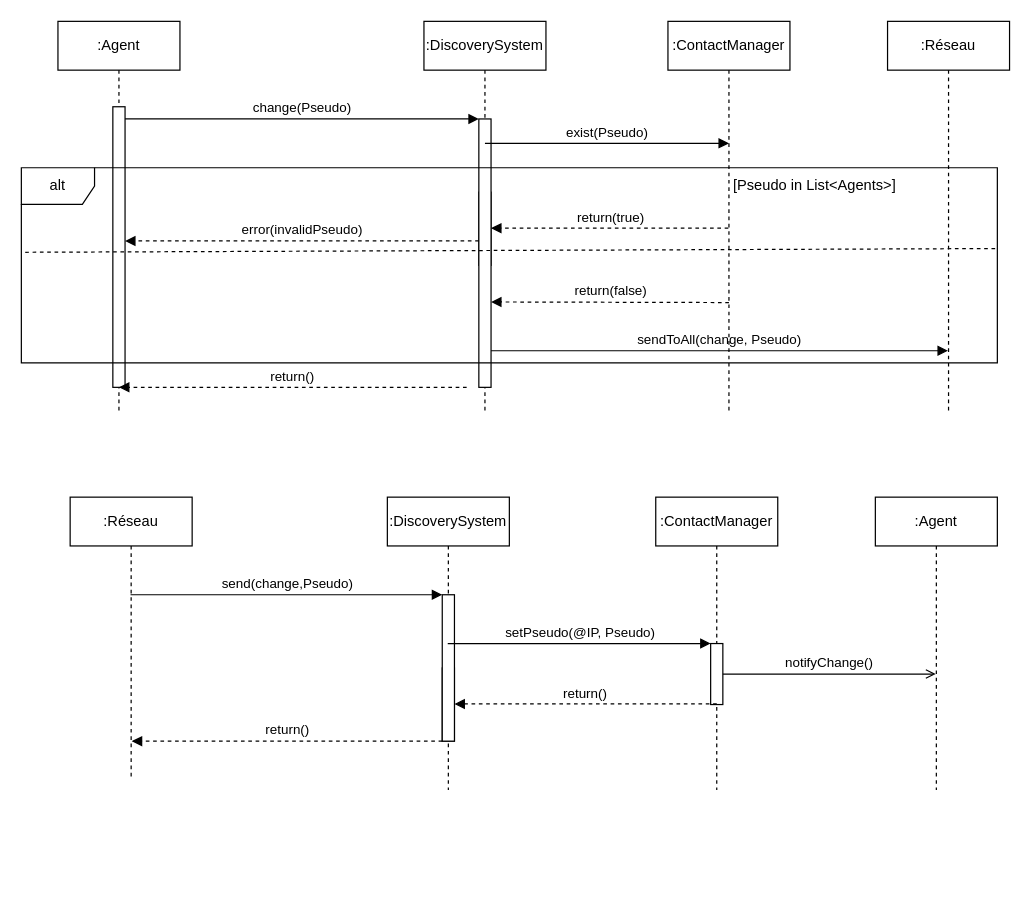
Earlier version of the draw.io diagram doc/uml/SequenceDiagramDiscoverySystemChangePseudo.drawio (insa-4ir-chatsystem/chatsystem-billard-slamnia). Source tidied: cells renumbered, new cells numbered last; positions are measured from the earlier drawing's top-left corner, leaving out a move shared by most shapes. Both pictures are drawn from the tidied source at 122%, with x=0, y=0 at pixel (21, 21).
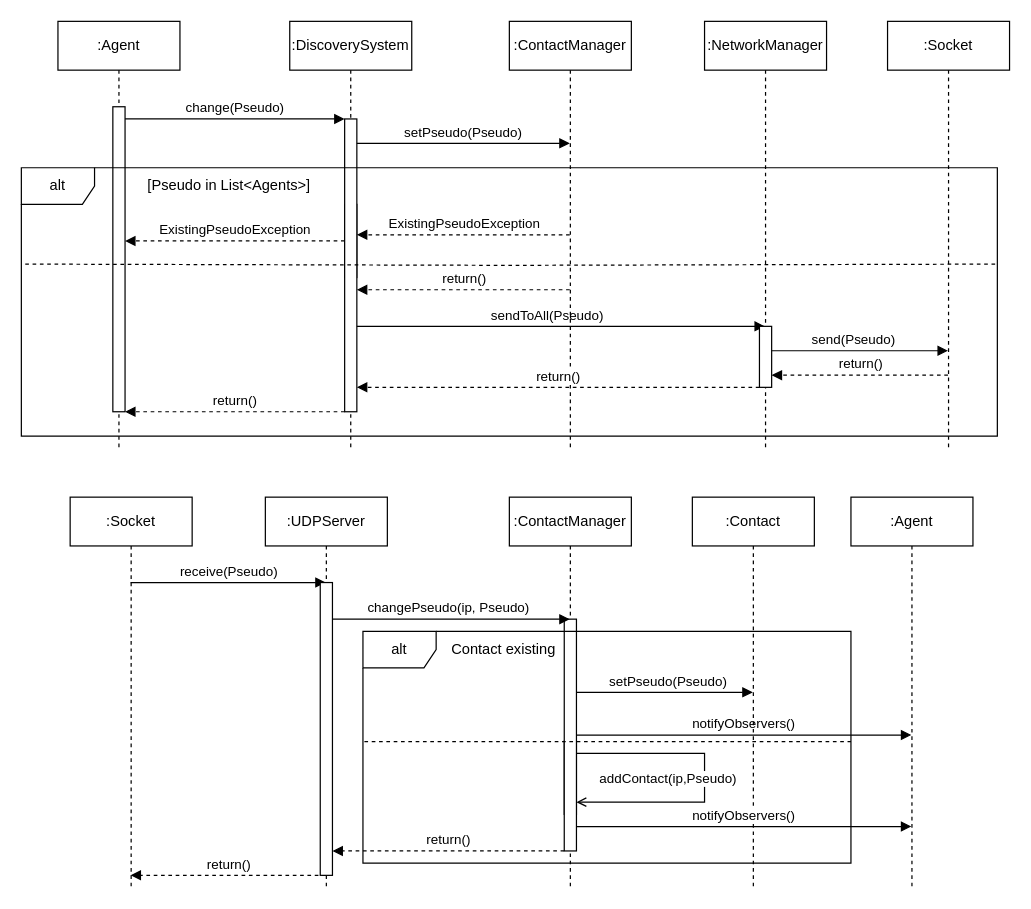
Above is the later version.

Commit message:
Mettre à jour SequenceDiagramDiscoverySystemChangePseudo.drawio

Diff of the diagram source:
```diff
@@
-    <mxCell id="2" style="html=1;points=[];perimeter=orthogonalPerimeter;outlineConnect=0;targetShapes=umlLifeline;portConstraint=eastwest;newEdgeStyle={&quot;edgeStyle&quot;:&quot;elbowEdgeStyle&quot;,&quot;elbow&quot;:&quot;vertical&quot;,&quot;curved&quot;:0,&quot;rounded&quot;:0};" parent="1" vertex="1">
-      <mxGeometry x="375" y="140" width="10" height="60" as="geometry" />
-    </mxCell>
     <mxCell id="3" value=":Agent" style="shape=umlLifeline;perimeter=lifelinePerimeter;whiteSpace=wrap;html=1;newEdgeStyle={&quot;edgeStyle&quot;:&quot;elbowEdgeStyle&quot;,&quot;elbow&quot;:&quot;vertical&quot;,&quot;curved&quot;:0,&quot;rounded&quot;:0};" parent="1" vertex="1">
-      <mxGeometry x="30" width="100" height="320" as="geometry" />
+      <mxGeometry x="30" width="100" height="350" as="geometry" />
     </mxCell>
     <mxCell id="4" style="html=1;points=[];perimeter=orthogonalPerimeter;outlineConnect=0;targetShapes=umlLifeline;portConstraint=eastwest;newEdgeStyle={&quot;edgeStyle&quot;:&quot;elbowEdgeStyle&quot;,&quot;elbow&quot;:&quot;vertical&quot;,&quot;curved&quot;:0,&quot;rounded&quot;:0};" parent="3" vertex="1">
-      <mxGeometry x="45" y="70" width="10" height="230" as="geometry" />
+      <mxGeometry x="45" y="70" width="10" height="250" as="geometry" />
     </mxCell>
     <mxCell id="5" value=":DiscoverySystem" style="shape=umlLifeline;perimeter=lifelinePerimeter;whiteSpace=wrap;html=1;newEdgeStyle={&quot;edgeStyle&quot;:&quot;elbowEdgeStyle&quot;,&quot;elbow&quot;:&quot;vertical&quot;,&quot;curved&quot;:0,&quot;rounded&quot;:0};" parent="1" vertex="1">
-      <mxGeometry x="330" width="100" height="320" as="geometry" />
+      <mxGeometry x="220" width="100" height="350" as="geometry" />
     </mxCell>
+    <mxCell id="2" style="html=1;points=[];perimeter=orthogonalPerimeter;outlineConnect=0;targetShapes=umlLifeline;portConstraint=eastwest;newEdgeStyle={&quot;edgeStyle&quot;:&quot;elbowEdgeStyle&quot;,&quot;elbow&quot;:&quot;vertical&quot;,&quot;curved&quot;:0,&quot;rounded&quot;:0};" parent="5" vertex="1">
+      <mxGeometry x="45" y="150" width="10" height="60" as="geometry" />
+    </mxCell>
     <mxCell id="6" style="html=1;points=[];perimeter=orthogonalPerimeter;outlineConnect=0;targetShapes=umlLifeline;portConstraint=eastwest;newEdgeStyle={&quot;edgeStyle&quot;:&quot;elbowEdgeStyle&quot;,&quot;elbow&quot;:&quot;vertical&quot;,&quot;curved&quot;:0,&quot;rounded&quot;:0};" parent="5" vertex="1">
-      <mxGeometry x="45" y="80" width="10" height="220" as="geometry" />
+      <mxGeometry x="45" y="80" width="10" height="240" as="geometry" />
     </mxCell>
@@
-    <mxCell id="8" value=":Réseau" style="shape=umlLifeline;perimeter=lifelinePerimeter;whiteSpace=wrap;html=1;outlineConnect=0;portConstraint=eastwest;newEdgeStyle={&quot;edgeStyle&quot;:&quot;elbowEdgeStyle&quot;,&quot;elbow&quot;:&quot;vertical&quot;,&quot;curved&quot;:0,&quot;rounded&quot;:0};" parent="1" vertex="1">
-      <mxGeometry x="710" width="100" height="320" as="geometry" />
+    <mxCell id="8" value=":Socket" style="shape=umlLifeline;perimeter=lifelinePerimeter;whiteSpace=wrap;html=1;outlineConnect=0;portConstraint=eastwest;newEdgeStyle={&quot;edgeStyle&quot;:&quot;elbowEdgeStyle&quot;,&quot;elbow&quot;:&quot;vertical&quot;,&quot;curved&quot;:0,&quot;rounded&quot;:0};" parent="1" vertex="1">
+      <mxGeometry x="710" width="100" height="350" as="geometry" />
     </mxCell>
-    <mxCell id="9" value="sendToAll(change, Pseudo)" style="html=1;verticalAlign=bottom;endArrow=block;edgeStyle=elbowEdgeStyle;elbow=vertical;curved=0;rounded=0;" parent="1" edge="1">
-      <mxGeometry relative="1" as="geometry">
-        <mxPoint x="385" y="270" as="sourcePoint" />
-        <mxPoint x="759.5" y="270" as="targetPoint" />
+    <mxCell id="9" value="sendToAll(Pseudo)" style="html=1;verticalAlign=bottom;endArrow=block;edgeStyle=elbowEdgeStyle;elbow=vertical;curved=0;rounded=0;" parent="1" edge="1">
+      <mxGeometry x="-0.07" relative="1" as="geometry">
+        <mxPoint x="275" y="250" as="sourcePoint" />
+        <mxPoint x="609.5" y="250" as="targetPoint" />
         <Array as="points">
-          <mxPoint x="475" y="270" />
+          <mxPoint x="475" y="250" />
         </Array>
       </mxGeometry>
     </mxCell>
-    <mxCell id="10" value="return()" style="html=1;verticalAlign=bottom;endArrow=block;edgeStyle=elbowEdgeStyle;elbow=vertical;curved=0;rounded=0;dashed=1;" parent="1" edge="1">
+    <mxCell id="10" value="return()" style="html=1;verticalAlign=bottom;endArrow=block;edgeStyle=elbowEdgeStyle;elbow=vertical;curved=0;rounded=0;dashed=1;" parent="1" edge="1" source="8" target="32">
       <mxGeometry relative="1" as="geometry">
-        <mxPoint x="365" y="300" as="sourcePoint" />
-        <mxPoint x="80" y="300" as="targetPoint" />
         <Array as="points">
-          <mxPoint x="230.5" y="300" />
+          <mxPoint x="618" y="290" />
         </Array>
       </mxGeometry>
     </mxCell>
-    <mxCell id="11" value="error(invalidPseudo)" style="html=1;verticalAlign=bottom;endArrow=block;edgeStyle=elbowEdgeStyle;elbow=vertical;curved=0;rounded=0;dashed=1;" parent="1" edge="1">
+    <mxCell id="11" value="ExistingPseudoException" style="html=1;verticalAlign=bottom;endArrow=block;edgeStyle=elbowEdgeStyle;elbow=vertical;curved=0;rounded=0;dashed=1;" parent="1" edge="1" source="2">
       <mxGeometry relative="1" as="geometry">
-        <mxPoint x="375" y="180" as="sourcePoint" />
         <mxPoint x="85" y="180" as="targetPoint" />
         <Array as="points">
           <mxPoint x="230" y="180" />
         </Array>
       </mxGeometry>
     </mxCell>
     <mxCell id="12" value="alt" style="shape=umlFrame;whiteSpace=wrap;html=1;" parent="1" vertex="1">
-      <mxGeometry y="120" width="800" height="160" as="geometry" />
+      <mxGeometry y="120" width="800" height="220" as="geometry" />
     </mxCell>
-    <mxCell id="13" style="endArrow=none;html=1;rounded=0;exitX=0.004;exitY=0.433;exitDx=0;exitDy=0;exitPerimeter=0;entryX=0.998;entryY=0.414;entryDx=0;entryDy=0;entryPerimeter=0;dashed=1;strokeWidth=1;" parent="1" edge="1" source="12" target="12">
-      <mxGeometry relative="1" as="geometry" />
+    <mxCell id="13" style="endArrow=none;html=1;rounded=0;exitX=0.004;exitY=0.359;exitDx=0;exitDy=0;exitPerimeter=0;entryX=0.998;entryY=0.359;entryDx=0;entryDy=0;entryPerimeter=0;dashed=1;strokeWidth=1;" parent="1" edge="1" source="12" target="12">
+      <mxGeometry relative="1" as="geometry">
+        <Array as="points">
+          <mxPoint x="400" y="200" />
+        </Array>
+      </mxGeometry>
     </mxCell>
     <mxCell id="14" value="[Pseudo in List&amp;lt;Agents&amp;gt;]" style="text;html=1;align=center;verticalAlign=middle;strokeColor=none;fillColor=none;" parent="1" vertex="1">
-      <mxGeometry x="570" y="120" width="160" height="30" as="geometry" />
+      <mxGeometry x="90" y="120" width="160" height="30" as="geometry" />
     </mxCell>
     <mxCell id="15" style="html=1;points=[];perimeter=orthogonalPerimeter;outlineConnect=0;targetShapes=umlLifeline;portConstraint=eastwest;newEdgeStyle={&quot;edgeStyle&quot;:&quot;elbowEdgeStyle&quot;,&quot;elbow&quot;:&quot;vertical&quot;,&quot;curved&quot;:0,&quot;rounded&quot;:0};" parent="1" vertex="1">
-      <mxGeometry x="345" y="530" width="10" height="60" as="geometry" />
+      <mxGeometry x="445" y="590" width="10" height="60" as="geometry" />
     </mxCell>
-    <mxCell id="16" value=":Réseau" style="shape=umlLifeline;perimeter=lifelinePerimeter;whiteSpace=wrap;html=1;outlineConnect=0;portConstraint=eastwest;newEdgeStyle={&quot;edgeStyle&quot;:&quot;elbowEdgeStyle&quot;,&quot;elbow&quot;:&quot;vertical&quot;,&quot;curved&quot;:0,&quot;rounded&quot;:0};" parent="1" vertex="1">
-      <mxGeometry x="40" y="390" width="100" height="230" as="geometry" />
+    <mxCell id="16" value=":Socket" style="shape=umlLifeline;perimeter=lifelinePerimeter;whiteSpace=wrap;html=1;outlineConnect=0;portConstraint=eastwest;newEdgeStyle={&quot;edgeStyle&quot;:&quot;elbowEdgeStyle&quot;,&quot;elbow&quot;:&quot;vertical&quot;,&quot;curved&quot;:0,&quot;rounded&quot;:0};" parent="1" vertex="1">
+      <mxGeometry x="40" y="390" width="100" height="320" as="geometry" />
     </mxCell>
-    <mxCell id="17" value=":DiscoverySystem" style="shape=umlLifeline;perimeter=lifelinePerimeter;whiteSpace=wrap;html=1;outlineConnect=0;portConstraint=eastwest;newEdgeStyle={&quot;edgeStyle&quot;:&quot;elbowEdgeStyle&quot;,&quot;elbow&quot;:&quot;vertical&quot;,&quot;curved&quot;:0,&quot;rounded&quot;:0};" parent="1" vertex="1">
-      <mxGeometry x="300" y="390" width="100" height="240" as="geometry" />
-    </mxCell>
-    <mxCell id="18" style="html=1;points=[];perimeter=orthogonalPerimeter;outlineConnect=0;targetShapes=umlLifeline;portConstraint=eastwest;newEdgeStyle={&quot;edgeStyle&quot;:&quot;elbowEdgeStyle&quot;,&quot;elbow&quot;:&quot;vertical&quot;,&quot;curved&quot;:0,&quot;rounded&quot;:0};" parent="17" vertex="1">
-      <mxGeometry x="45" y="80" width="10" height="120" as="geometry" />
-    </mxCell>
-    <mxCell id="19" value="send(change,Pseudo)" style="html=1;verticalAlign=bottom;endArrow=block;edgeStyle=elbowEdgeStyle;elbow=vertical;curved=0;rounded=0;" parent="1" edge="1" source="16" target="18">
+    <mxCell id="19" value="receive(Pseudo)" style="html=1;verticalAlign=bottom;endArrow=block;edgeStyle=elbowEdgeStyle;elbow=vertical;curved=0;rounded=0;" parent="1" edge="1" source="16" target="36">
       <mxGeometry relative="1" as="geometry">
         <Array as="points">
-          <mxPoint x="180" y="470" />
+          <mxPoint x="160" y="460" />
         </Array>
       </mxGeometry>
     </mxCell>
     <mxCell id="20" value=":ContactManager" style="shape=umlLifeline;perimeter=lifelinePerimeter;whiteSpace=wrap;html=1;outlineConnect=0;portConstraint=eastwest;newEdgeStyle={&quot;edgeStyle&quot;:&quot;elbowEdgeStyle&quot;,&quot;elbow&quot;:&quot;vertical&quot;,&quot;curved&quot;:0,&quot;rounded&quot;:0};" parent="1" vertex="1">
-      <mxGeometry x="520" y="390" width="100" height="240" as="geometry" />
+      <mxGeometry x="400" y="390" width="100" height="320" as="geometry" />
     </mxCell>
     <mxCell id="21" style="html=1;points=[];perimeter=orthogonalPerimeter;outlineConnect=0;targetShapes=umlLifeline;portConstraint=eastwest;newEdgeStyle={&quot;edgeStyle&quot;:&quot;elbowEdgeStyle&quot;,&quot;elbow&quot;:&quot;vertical&quot;,&quot;curved&quot;:0,&quot;rounded&quot;:0};" parent="20" vertex="1">
-      <mxGeometry x="45" y="120" width="10" height="50" as="geometry" />
+      <mxGeometry x="45" y="100" width="10" height="190" as="geometry" />
     </mxCell>
-    <mxCell id="22" value="setPseudo(@IP, Pseudo)" style="html=1;verticalAlign=bottom;endArrow=block;edgeStyle=elbowEdgeStyle;elbow=vertical;curved=0;rounded=0;" parent="1" edge="1" source="17" target="21">
+    <mxCell id="22" value="changePseudo(ip, Pseudo)" style="html=1;verticalAlign=bottom;endArrow=block;edgeStyle=elbowEdgeStyle;elbow=vertical;curved=0;rounded=0;" parent="1" edge="1" target="20">
       <mxGeometry relative="1" as="geometry">
+        <mxPoint x="249.8" y="490" as="sourcePoint" />
         <Array as="points">
-          <mxPoint x="530" y="510" />
-          <mxPoint x="390" y="509" />
+          <mxPoint x="390.2" y="490" />
         </Array>
       </mxGeometry>
     </mxCell>
-    <mxCell id="23" value="return()" style="html=1;verticalAlign=bottom;endArrow=block;edgeStyle=elbowEdgeStyle;elbow=vertical;curved=0;rounded=0;dashed=1;" parent="1" edge="1">
-      <mxGeometry relative="1" as="geometry">
-        <mxPoint x="345" y="590" as="sourcePoint" />
-        <mxPoint x="90.5" y="590" as="targetPoint" />
-        <Array as="points">
-          <mxPoint x="241" y="590" />
-        </Array>
-      </mxGeometry>
-    </mxCell>
     <mxCell id="24" value=":ContactManager" style="shape=umlLifeline;perimeter=lifelinePerimeter;whiteSpace=wrap;html=1;outlineConnect=0;portConstraint=eastwest;newEdgeStyle={&quot;edgeStyle&quot;:&quot;elbowEdgeStyle&quot;,&quot;elbow&quot;:&quot;vertical&quot;,&quot;curved&quot;:0,&quot;rounded&quot;:0};" parent="1" vertex="1">
-      <mxGeometry x="530" width="100" height="320" as="geometry" />
+      <mxGeometry x="400" width="100" height="350" as="geometry" />
     </mxCell>
-    <mxCell id="25" value="exist(Pseudo)" style="html=1;verticalAlign=bottom;endArrow=block;edgeStyle=elbowEdgeStyle;elbow=vertical;curved=0;rounded=0;" parent="1" edge="1">
+    <mxCell id="25" value="setPseudo(Pseudo)" style="html=1;verticalAlign=bottom;endArrow=block;edgeStyle=elbowEdgeStyle;elbow=vertical;curved=0;rounded=0;" parent="1" edge="1" source="6" target="24">
       <mxGeometry relative="1" as="geometry">
-        <mxPoint x="380" y="100" as="sourcePoint" />
-        <mxPoint x="580" y="100" as="targetPoint" />
         <Array as="points">
-          <mxPoint x="405" y="100" />
+          <mxPoint x="390" y="100" />
+          <mxPoint x="360" y="110" />
         </Array>
       </mxGeometry>
     </mxCell>
-    <mxCell id="26" value="return(true)" style="html=1;verticalAlign=bottom;endArrow=block;edgeStyle=elbowEdgeStyle;elbow=vertical;curved=0;rounded=0;dashed=1;" parent="1" edge="1" source="24" target="6">
+    <mxCell id="26" value="ExistingPseudoException" style="html=1;verticalAlign=bottom;endArrow=block;edgeStyle=elbowEdgeStyle;elbow=vertical;curved=0;rounded=0;dashed=1;" parent="1" edge="1" source="24" target="6">
       <mxGeometry relative="1" as="geometry">
         <Array as="points">
           <mxPoint x="475" y="169.5" />
         </Array>
       </mxGeometry>
     </mxCell>
-    <mxCell id="27" value="return(false)" style="html=1;verticalAlign=bottom;endArrow=block;edgeStyle=elbowEdgeStyle;elbow=vertical;curved=0;rounded=0;dashed=1;" parent="1" edge="1">
+    <mxCell id="27" value="return()" style="html=1;verticalAlign=bottom;endArrow=block;edgeStyle=elbowEdgeStyle;elbow=vertical;curved=0;rounded=0;dashed=1;" parent="1" edge="1" source="24" target="6">
       <mxGeometry relative="1" as="geometry">
-        <mxPoint x="580" y="230.5" as="sourcePoint" />
-        <mxPoint x="385" y="230.5" as="targetPoint" />
         <Array as="points">
-          <mxPoint x="475" y="230" />
+          <mxPoint x="340" y="220" />
         </Array>
       </mxGeometry>
     </mxCell>
     <mxCell id="28" value=":Agent" style="shape=umlLifeline;perimeter=lifelinePerimeter;whiteSpace=wrap;html=1;outlineConnect=0;portConstraint=eastwest;newEdgeStyle={&quot;edgeStyle&quot;:&quot;elbowEdgeStyle&quot;,&quot;elbow&quot;:&quot;vertical&quot;,&quot;curved&quot;:0,&quot;rounded&quot;:0};" parent="1" vertex="1">
-      <mxGeometry x="700" y="390" width="100" height="240" as="geometry" />
+      <mxGeometry x="680" y="390" width="100" height="320" as="geometry" />
     </mxCell>
-    <mxCell id="29" value="notifyChange()" style="html=1;verticalAlign=bottom;endArrow=open;edgeStyle=elbowEdgeStyle;elbow=vertical;curved=0;rounded=0;endFill=0;" parent="1" edge="1" source="21" target="28">
+    <mxCell id="29" value="notifyObservers()" style="html=1;verticalAlign=bottom;endArrow=block;edgeStyle=elbowEdgeStyle;elbow=vertical;curved=0;rounded=0;endFill=1;" parent="1" edge="1" source="21" target="28">
       <mxGeometry relative="1" as="geometry">
         <Array as="points">
-          <mxPoint x="730.5" y="530" />
-          <mxPoint x="590.5" y="529" />
+          <mxPoint x="737.8" y="570" />
+          <mxPoint x="597.8" y="569" />
         </Array>
       </mxGeometry>
     </mxCell>
-    <mxCell id="30" value="return()" style="html=1;verticalAlign=bottom;endArrow=block;edgeStyle=elbowEdgeStyle;elbow=vertical;curved=0;rounded=0;dashed=1;" parent="1" edge="1">
+    <mxCell id="30" value="return()" style="html=1;verticalAlign=bottom;endArrow=block;edgeStyle=elbowEdgeStyle;elbow=vertical;curved=0;rounded=0;dashed=1;" parent="1" edge="1" source="36" target="16">
       <mxGeometry relative="1" as="geometry">
-        <mxPoint x="570" y="559.5" as="sourcePoint" />
-        <mxPoint x="355" y="559.5" as="targetPoint" />
         <Array as="points">
-          <mxPoint x="465.5" y="559.5" />
+          <mxPoint x="145.5" y="700" />
         </Array>
       </mxGeometry>
     </mxCell>
+    <mxCell id="31" value=":NetworkManager" style="shape=umlLifeline;perimeter=lifelinePerimeter;whiteSpace=wrap;html=1;newEdgeStyle={&quot;edgeStyle&quot;:&quot;elbowEdgeStyle&quot;,&quot;elbow&quot;:&quot;vertical&quot;,&quot;curved&quot;:0,&quot;rounded&quot;:0};" parent="1" vertex="1">
+      <mxGeometry x="560" width="100" height="350" as="geometry" />
+    </mxCell>
+    <mxCell id="32" style="html=1;points=[];perimeter=orthogonalPerimeter;outlineConnect=0;targetShapes=umlLifeline;portConstraint=eastwest;newEdgeStyle={&quot;edgeStyle&quot;:&quot;elbowEdgeStyle&quot;,&quot;elbow&quot;:&quot;vertical&quot;,&quot;curved&quot;:0,&quot;rounded&quot;:0};" parent="31" vertex="1">
+      <mxGeometry x="45" y="250" width="10" height="50" as="geometry" />
+    </mxCell>
+    <mxCell id="33" value="send(Pseudo)" style="html=1;verticalAlign=bottom;endArrow=block;edgeStyle=elbowEdgeStyle;elbow=vertical;curved=0;rounded=0;" parent="1" edge="1" source="32">
+      <mxGeometry x="-0.07" relative="1" as="geometry">
+        <mxPoint x="759.5" y="270" as="targetPoint" />
+        <Array as="points">
+          <mxPoint x="690" y="270" />
+        </Array>
+      </mxGeometry>
+    </mxCell>
+    <mxCell id="34" value="return()" style="html=1;verticalAlign=bottom;endArrow=block;edgeStyle=elbowEdgeStyle;elbow=vertical;curved=0;rounded=0;dashed=1;" parent="1" edge="1" target="6">
+      <mxGeometry relative="1" as="geometry">
+        <mxPoint x="605" y="300" as="sourcePoint" />
+      </mxGeometry>
+    </mxCell>
+    <mxCell id="35" value="return()" style="html=1;verticalAlign=bottom;endArrow=block;edgeStyle=elbowEdgeStyle;elbow=vertical;curved=0;rounded=0;dashed=1;" parent="1" edge="1" source="6">
+      <mxGeometry relative="1" as="geometry">
+        <mxPoint x="85" y="320" as="targetPoint" />
+      </mxGeometry>
+    </mxCell>
+    <mxCell id="36" value=":UDPServer" style="shape=umlLifeline;perimeter=lifelinePerimeter;whiteSpace=wrap;html=1;outlineConnect=0;portConstraint=eastwest;newEdgeStyle={&quot;edgeStyle&quot;:&quot;elbowEdgeStyle&quot;,&quot;elbow&quot;:&quot;vertical&quot;,&quot;curved&quot;:0,&quot;rounded&quot;:0};" parent="1" vertex="1">
+      <mxGeometry x="200" y="390" width="100" height="320" as="geometry" />
+    </mxCell>
+    <mxCell id="37" style="html=1;points=[];perimeter=orthogonalPerimeter;outlineConnect=0;targetShapes=umlLifeline;portConstraint=eastwest;newEdgeStyle={&quot;edgeStyle&quot;:&quot;elbowEdgeStyle&quot;,&quot;elbow&quot;:&quot;vertical&quot;,&quot;curved&quot;:0,&quot;rounded&quot;:0};" parent="36" vertex="1">
+      <mxGeometry x="45" y="70" width="10" height="240" as="geometry" />
+    </mxCell>
+    <mxCell id="38" value="alt" style="shape=umlFrame;whiteSpace=wrap;html=1;" parent="1" vertex="1">
+      <mxGeometry x="280" y="500" width="400" height="190" as="geometry" />
+    </mxCell>
+    <mxCell id="39" value="Contact existing" style="text;html=1;align=center;verticalAlign=middle;strokeColor=none;fillColor=none;" parent="1" vertex="1">
+      <mxGeometry x="340" y="500" width="110" height="30" as="geometry" />
+    </mxCell>
+    <mxCell id="40" value=":Contact" style="shape=umlLifeline;perimeter=lifelinePerimeter;whiteSpace=wrap;html=1;outlineConnect=0;portConstraint=eastwest;newEdgeStyle={&quot;edgeStyle&quot;:&quot;elbowEdgeStyle&quot;,&quot;elbow&quot;:&quot;vertical&quot;,&quot;curved&quot;:0,&quot;rounded&quot;:0};" parent="1" vertex="1">
+      <mxGeometry x="550" y="390" width="100" height="320" as="geometry" />
+    </mxCell>
+    <mxCell id="41" value="setPseudo(Pseudo)" style="html=1;verticalAlign=bottom;endArrow=block;edgeStyle=elbowEdgeStyle;elbow=vertical;curved=0;rounded=0;endFill=1;" parent="1" edge="1" source="21" target="40">
+      <mxGeometry x="0.04" relative="1" as="geometry">
+        <Array as="points">
+          <mxPoint x="530" y="550" />
+        </Array>
+      </mxGeometry>
+    </mxCell>
+    <mxCell id="42" style="endArrow=none;html=1;rounded=0;dashed=1;strokeWidth=1;entryX=1;entryY=0.476;entryDx=0;entryDy=0;entryPerimeter=0;exitX=0.003;exitY=0.476;exitDx=0;exitDy=0;exitPerimeter=0;" parent="1" edge="1" source="38" target="38">
+      <mxGeometry relative="1" as="geometry" />
+    </mxCell>
+    <mxCell id="43" value="addContact(ip,Pseudo)" style="html=1;verticalAlign=bottom;endArrow=open;edgeStyle=elbowEdgeStyle;elbow=vertical;curved=0;rounded=0;endFill=0;" parent="1" edge="1" source="15" target="15">
+      <mxGeometry x="0.4" y="-10" relative="1" as="geometry">
+        <Array as="points">
+          <mxPoint x="560" y="640" />
+        </Array>
+      </mxGeometry>
+    </mxCell>
+    <mxCell id="44" value="notifyObservers()" style="html=1;verticalAlign=bottom;endArrow=block;edgeStyle=elbowEdgeStyle;elbow=vertical;curved=0;rounded=0;endFill=1;" parent="1" edge="1" source="21" target="28">
+      <mxGeometry relative="1" as="geometry">
+        <Array as="points">
+          <mxPoint x="670" y="660" />
+          <mxPoint x="597.8" y="649" />
+        </Array>
+      </mxGeometry>
+    </mxCell>
+    <mxCell id="23" value="return()" style="html=1;verticalAlign=bottom;endArrow=block;edgeStyle=elbowEdgeStyle;elbow=vertical;curved=0;rounded=0;dashed=1;" parent="1" edge="1" source="21" target="37">
+      <mxGeometry relative="1" as="geometry">
+        <Array as="points">
+          <mxPoint x="341" y="680" />
+        </Array>
+      </mxGeometry>
+    </mxCell>
```
